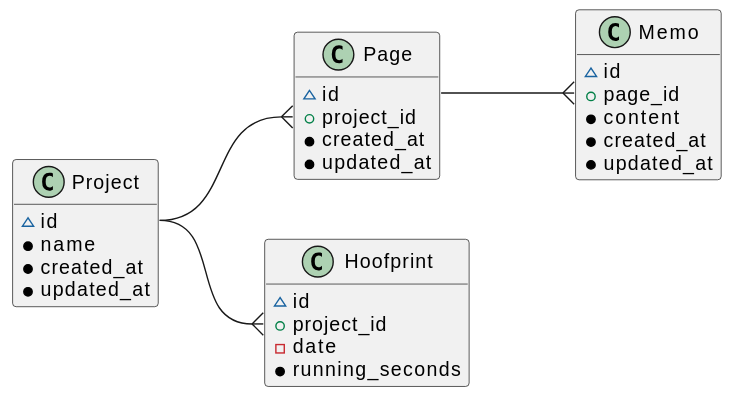
Earlier version of the PlantUML export doc/er-diagram.svg (tkmfujise/trot_editor).
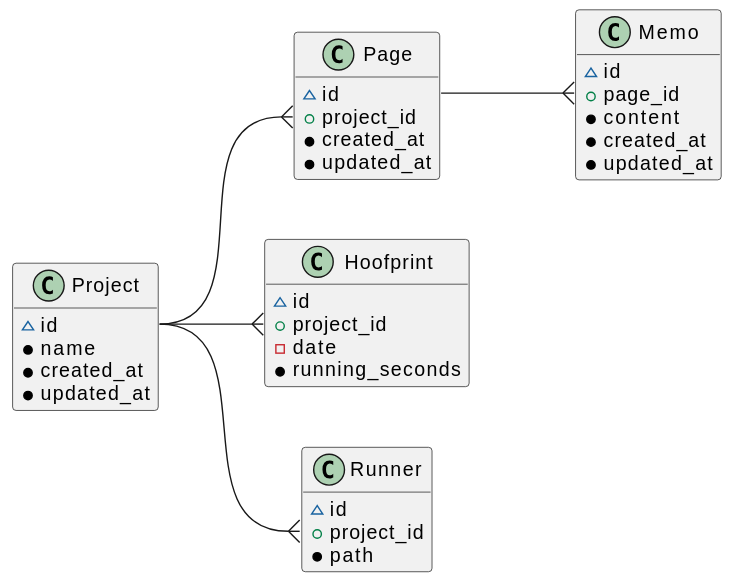
After the commit.

Diff of the diagram source:
```diff
@@ -24,6 +24,11 @@
   - date
   * running_seconds
 }
+class Runner {
+  ~ id
+  + project_id
+  * path
+}
 
 hide methods
 left to right direction
@@ -31,4 +36,5 @@
 Project::id --{ Page::project_id
 Page::id    --{ Memo::page_id
 Project::id --{ Hoofprint::project_id
+Project::id --{ Runner::project_id
 @enduml
```
